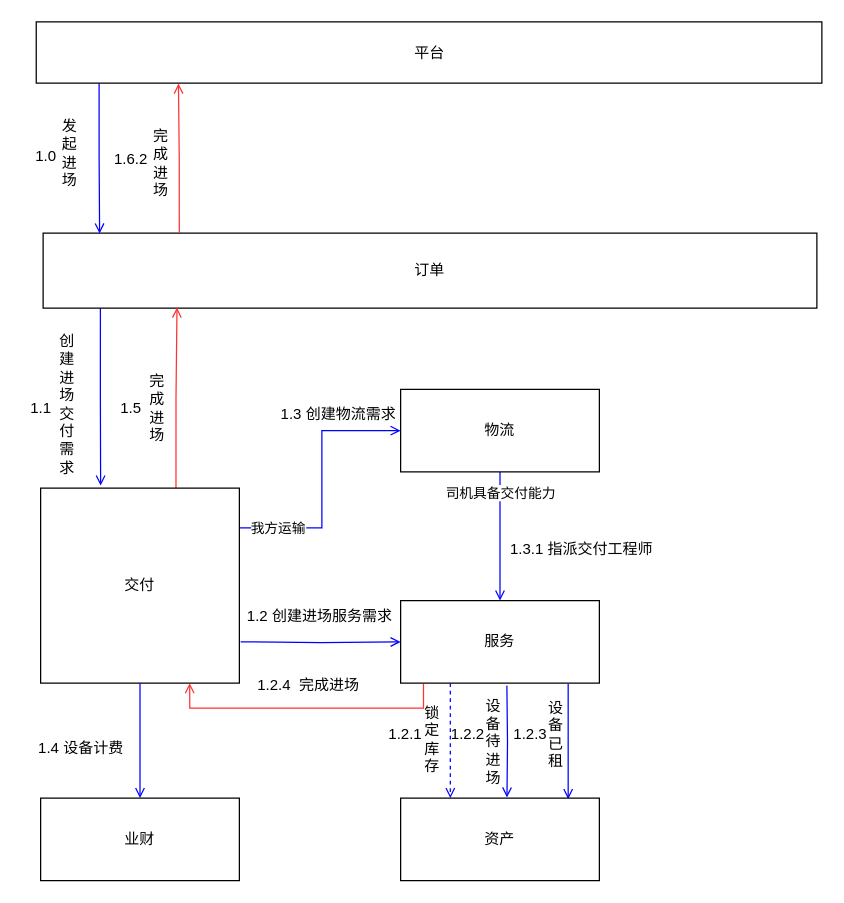
The draw.io diagram page "进场需求场景" (2 of 15) of docs/自营重构2.drawio in lokiworks/codebase, before the edit. Source tidied: cells renumbered, new cells numbered last; positions are measured from the earlier drawing's top-left corner, leaving out a move shared by most shapes. Both pictures are drawn from the tidied source at 125%, with x=0, y=0 at pixel (26, 21).
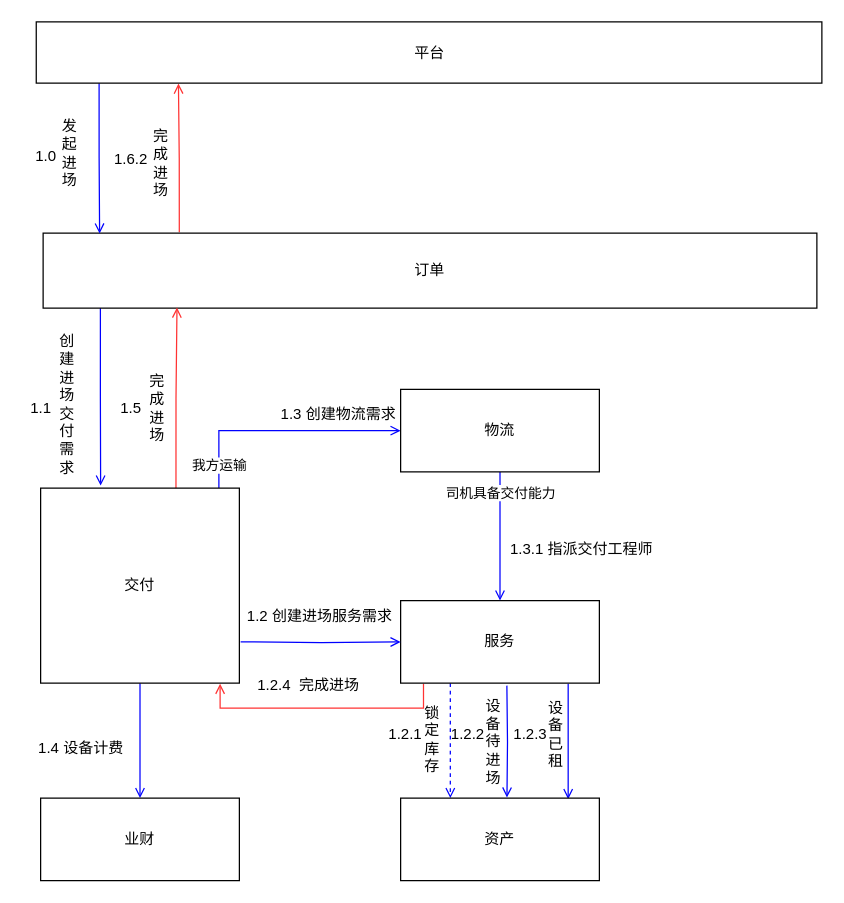
The same page after the edit.

The change refers to these unchanged cells:
```xml
<mxCell id="13" value="&lt;div style=&quot;&quot;&gt;服务&lt;/div&gt;" style="rounded=0;whiteSpace=wrap;html=1;align=center;" parent="1" vertex="1">
  <mxGeometry x="299" y="463" width="159" height="66" as="geometry" />
</mxCell>
<mxCell id="17" value="&lt;div style=&quot;&quot;&gt;交付&lt;/div&gt;" style="rounded=0;whiteSpace=wrap;html=1;align=center;" parent="1" vertex="1">
  <mxGeometry x="11" y="373" width="159" height="156" as="geometry" />
</mxCell>
<mxCell id="24" value="&lt;div style=&quot;&quot;&gt;物流&lt;/div&gt;" style="rounded=0;whiteSpace=wrap;html=1;align=center;" parent="1" vertex="1">
  <mxGeometry x="299" y="294" width="159" height="66" as="geometry" />
</mxCell>
```

Change to the diagram source:
```diff
@@
-    <mxCell id="10" value="我方运输" style="edgeStyle=orthogonalEdgeStyle;rounded=0;jettySize=auto;html=1;endArrow=open;endFill=0;strokeColor=#0000FF;exitX=0.994;exitY=0.204;exitDx=0;exitDy=0;exitPerimeter=0;entryX=0;entryY=0.5;entryDx=0;entryDy=0;" parent="1" edge="1" source="17" target="24">
-      <mxGeometry x="-0.69" relative="1" as="geometry">
+    <mxCell id="10" value="我方运输" style="edgeStyle=orthogonalEdgeStyle;rounded=0;jettySize=auto;html=1;endArrow=open;endFill=0;strokeColor=#0000FF;exitX=0.897;exitY=0;exitDx=0;exitDy=0;exitPerimeter=0;entryX=0;entryY=0.5;entryDx=0;entryDy=0;" parent="1" edge="1" source="17" target="24">
+      <mxGeometry x="-0.81" relative="1" as="geometry">
         <Array as="points">
-          <mxPoint x="236" y="405" />
-          <mxPoint x="236" y="327" />
+          <mxPoint x="154" y="327" />
         </Array>
       </mxGeometry>
     </mxCell>
@@
-    <mxCell id="12" style="edgeStyle=orthogonalEdgeStyle;rounded=0;jettySize=auto;html=1;exitX=0.115;exitY=1.007;exitDx=0;exitDy=0;entryX=0.75;entryY=1;entryDx=0;entryDy=0;endArrow=open;endFill=0;strokeColor=#FF3333;exitPerimeter=0;fillColor=#f8cecc;" parent="1" edge="1" source="13" target="17">
+    <mxCell id="12" style="edgeStyle=orthogonalEdgeStyle;rounded=0;jettySize=auto;html=1;exitX=0.115;exitY=1.007;exitDx=0;exitDy=0;entryX=0.903;entryY=1.003;entryDx=0;entryDy=0;endArrow=open;endFill=0;strokeColor=#FF3333;exitPerimeter=0;fillColor=#f8cecc;entryPerimeter=0;" parent="1" edge="1" source="13" target="17">
       <mxGeometry relative="1" as="geometry" />
     </mxCell>
```
